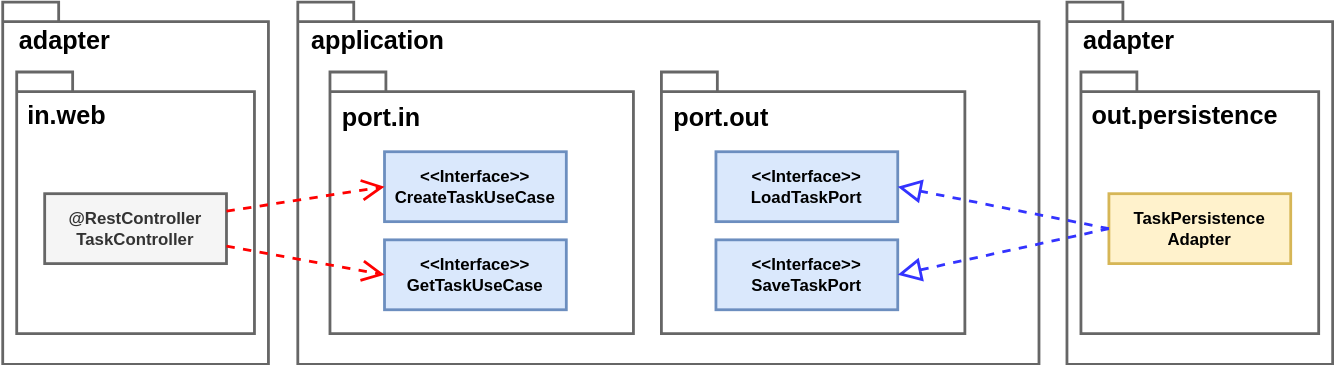
Earlier version of the draw.io export src/img/blogs/2025/1208_hexagonal_four_questions/02_adapter.drawio.svg (mamezou-tech/mamezou-tech-site). Source tidied: cells renumbered, new cells last; positions are measured from the earlier drawing's top-left corner, leaving out a move shared by most shapes.
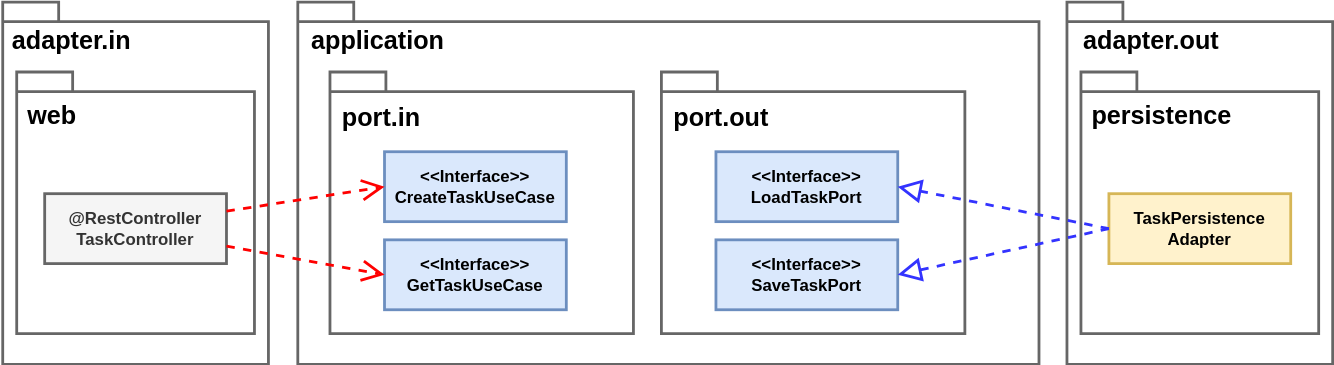
Later version of the same file.

The edit, as a diff of the source:
```diff
@@ -23,7 +23,7 @@
     <mxCell id="8" style="shape=folder;fontStyle=1;spacingTop=10;tabWidth=40;tabHeight=14;tabPosition=left;html=1;whiteSpace=wrap;labelPosition=left;verticalLabelPosition=top;align=right;verticalAlign=bottom;strokeWidth=2;strokeColor=#666666;" parent="1" vertex="1">
       <mxGeometry x="10" y="50" width="170" height="187" as="geometry" />
     </mxCell>
-    <mxCell id="9" value="in.web" style="text;html=1;align=left;verticalAlign=middle;whiteSpace=wrap;rounded=0;fontSize=18;fontStyle=1;" parent="1" vertex="1">
+    <mxCell id="9" value="web" style="text;html=1;align=left;verticalAlign=middle;whiteSpace=wrap;rounded=0;fontSize=18;fontStyle=1;" parent="1" vertex="1">
       <mxGeometry x="16" y="67" width="60" height="30" as="geometry" />
     </mxCell>
     <mxCell id="10" value="&lt;div&gt;@RestController&lt;/div&gt;TaskController&lt;div&gt;&lt;/div&gt;" style="html=1;whiteSpace=wrap;fillColor=#f5f5f5;strokeColor=#666666;strokeWidth=2;fontStyle=1;fontColor=#333333;" parent="1" vertex="1">
@@ -38,8 +38,8 @@
     <mxCell id="13" value="application" style="text;html=1;align=left;verticalAlign=middle;whiteSpace=wrap;rounded=0;fontSize=18;fontStyle=1;" parent="1" vertex="1">
       <mxGeometry x="219" y="13" width="60" height="30" as="geometry" />
     </mxCell>
-    <mxCell id="14" value="adapter" style="text;html=1;align=left;verticalAlign=middle;whiteSpace=wrap;rounded=0;fontSize=18;fontStyle=1;" parent="1" vertex="1">
-      <mxGeometry x="10" y="13" width="60" height="30" as="geometry" />
+    <mxCell id="14" value="adapter.in" style="text;html=1;align=left;verticalAlign=middle;whiteSpace=wrap;rounded=0;fontSize=18;fontStyle=1;" parent="1" vertex="1">
+      <mxGeometry x="5" y="13" width="60" height="30" as="geometry" />
     </mxCell>
     <mxCell id="15" style="shape=folder;fontStyle=1;spacingTop=10;tabWidth=40;tabHeight=14;tabPosition=left;html=1;whiteSpace=wrap;labelPosition=left;verticalLabelPosition=top;align=right;verticalAlign=bottom;strokeWidth=2;strokeColor=#666666;" parent="1" vertex="1">
       <mxGeometry x="471" y="50" width="217" height="187" as="geometry" />
@@ -59,13 +59,13 @@
     <mxCell id="20" style="shape=folder;fontStyle=1;spacingTop=10;tabWidth=40;tabHeight=14;tabPosition=left;html=1;whiteSpace=wrap;labelPosition=left;verticalLabelPosition=top;align=right;verticalAlign=bottom;strokeWidth=2;strokeColor=#666666;" parent="1" vertex="1">
       <mxGeometry x="771" y="50" width="170" height="187" as="geometry" />
     </mxCell>
-    <mxCell id="21" value="out.persistence" style="text;html=1;align=left;verticalAlign=middle;whiteSpace=wrap;rounded=0;fontSize=18;fontStyle=1;" parent="1" vertex="1">
+    <mxCell id="21" value="persistence" style="text;html=1;align=left;verticalAlign=middle;whiteSpace=wrap;rounded=0;fontSize=18;fontStyle=1;" parent="1" vertex="1">
       <mxGeometry x="777" y="67" width="60" height="30" as="geometry" />
     </mxCell>
     <mxCell id="22" value="TaskPersistence&lt;div&gt;&lt;/div&gt;&lt;div&gt;&lt;/div&gt;&lt;div&gt;Adapter&lt;/div&gt;" style="html=1;whiteSpace=wrap;fillColor=#fff2cc;strokeColor=#d6b656;strokeWidth=2;fontStyle=1;" parent="1" vertex="1">
       <mxGeometry x="791" y="137" width="130" height="50" as="geometry" />
     </mxCell>
-    <mxCell id="23" value="adapter" style="text;html=1;align=left;verticalAlign=middle;whiteSpace=wrap;rounded=0;fontSize=18;fontStyle=1;" parent="1" vertex="1">
+    <mxCell id="23" value="adapter.out" style="text;html=1;align=left;verticalAlign=middle;whiteSpace=wrap;rounded=0;fontSize=18;fontStyle=1;" parent="1" vertex="1">
       <mxGeometry x="771" y="13" width="60" height="30" as="geometry" />
     </mxCell>
     <mxCell id="24" style="endArrow=block;dashed=1;endFill=0;endSize=12;html=1;entryX=1;entryY=0.5;entryDx=0;entryDy=0;exitX=0;exitY=0.5;exitDx=0;exitDy=0;strokeWidth=2;strokeColor=#3333FF;" parent="1" edge="1" source="22" target="16">
```
